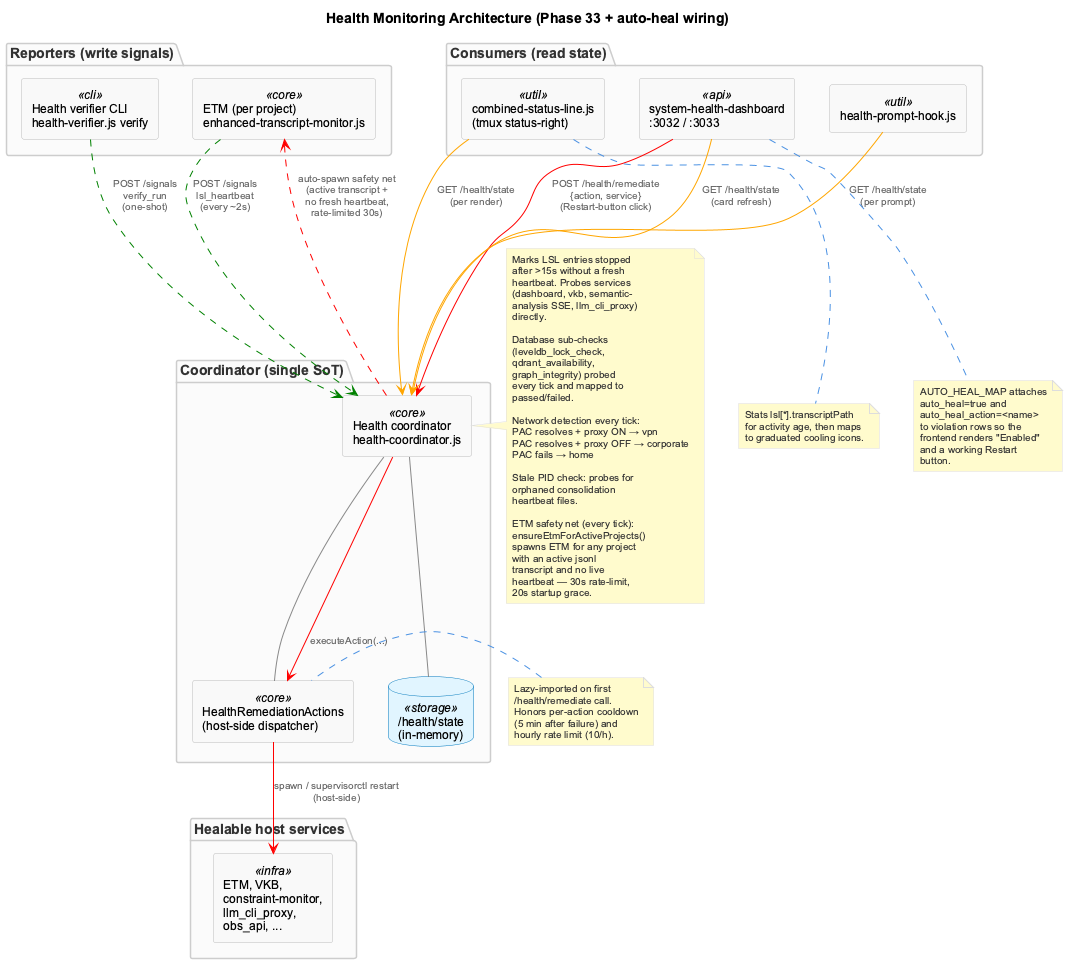
Before: docs/images/health-coordinator-architecture.png, a diagram exported from PlantUML (fwornle/coding).
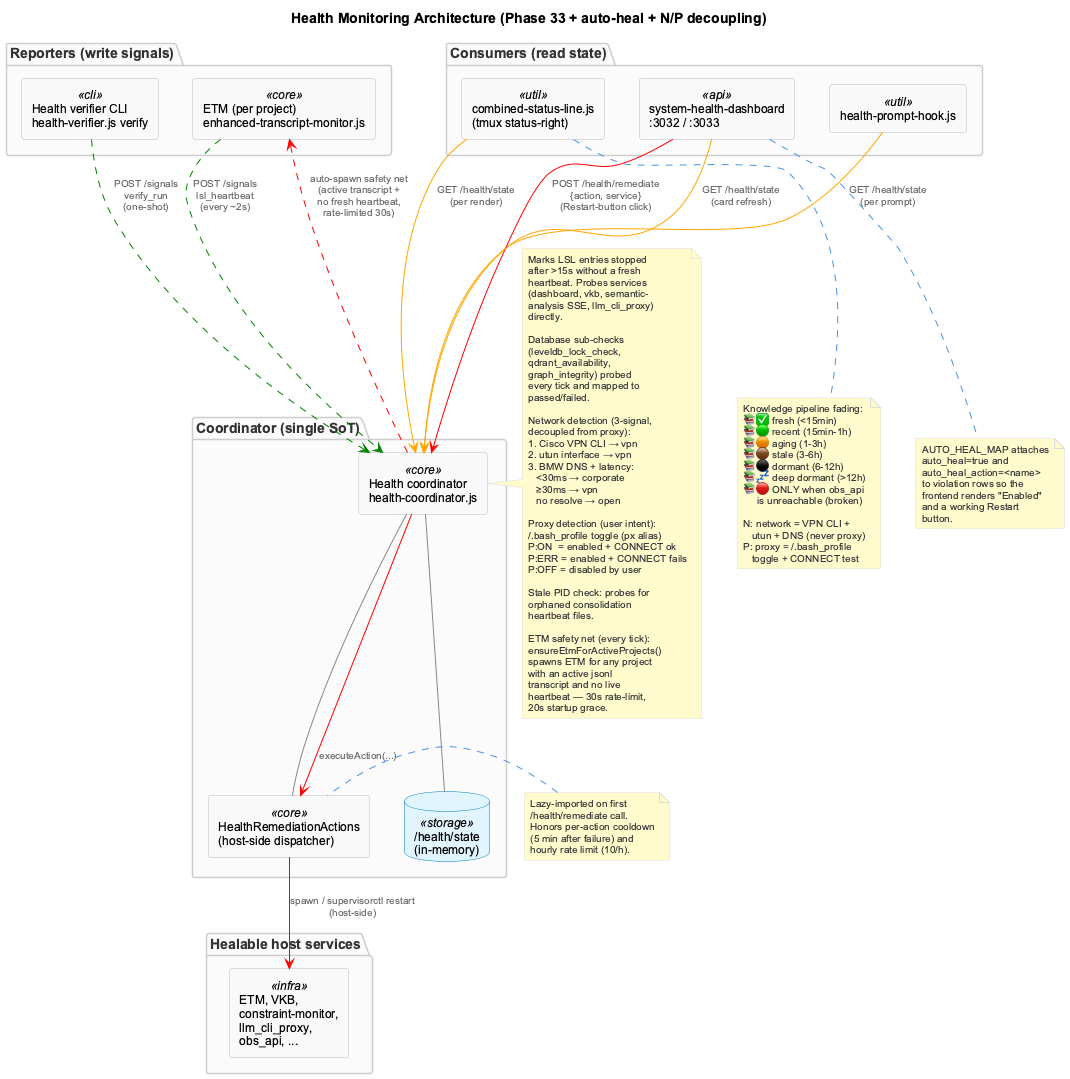
After the commit.

Commit message:
docs: update health monitoring, statusline, and UKB docs for N/P decoupling and km-core migration

The edit, as a diff of the source:
```diff
@@ -1,7 +1,7 @@
 @startuml health-coordinator-architecture
 !include _standard-style.puml
 
-title Health Monitoring Architecture (Phase 33 + auto-heal wiring)
+title Health Monitoring Architecture (Phase 33 + auto-heal + N/P decoupling)
 
 top to bottom direction
 
@@ -55,10 +55,20 @@
   every tick and mapped to
   passed/failed.
 
-  Network detection every tick:
-  PAC resolves + proxy ON → vpn
-  PAC resolves + proxy OFF → corporate
-  PAC fails → home
+  Network detection (3-signal,
+  decoupled from proxy):
+  1. Cisco VPN CLI → vpn
+  2. utun interface → vpn
+  3. BMW DNS + latency:
+     <30ms → corporate
+     ≥30ms → vpn
+     no resolve → open
+
+  Proxy detection (user intent):
+  ~/.bash_profile toggle (px alias)
+  P:ON  = enabled + CONNECT ok
+  P:ERR = enabled + CONNECT fails
+  P:OFF = disabled by user
 
   Stale PID check: probes for
   orphaned consolidation
@@ -92,9 +102,20 @@
 end note
 
 note bottom of STATUSLINE
-  Stats lsl[*].transcriptPath
-  for activity age, then maps
-  to graduated cooling icons.
+  Knowledge pipeline fading:
+  📚✅ fresh (<15min)
+  📚🟢 recent (15min-1h)
+  📚🟠 aging (1-3h)
+  📚🟤 stale (3-6h)
+  📚⚫ dormant (6-12h)
+  📚💤 deep dormant (>12h)
+  📚🔴 ONLY when obs_api
+       is unreachable (broken)
+
+  N: network = VPN CLI +
+     utun + DNS (never proxy)
+  P: proxy = ~/.bash_profile
+     toggle + CONNECT test
 end note
 
 @enduml
```
